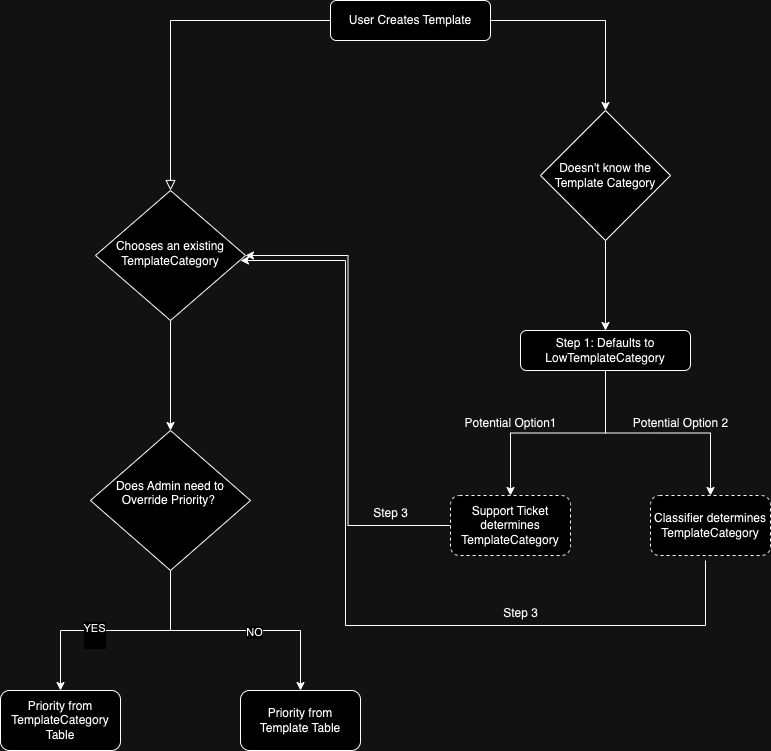
Above: records/diagrams/2024-05-23.scalability.short-code-implementation/flowchart.png in cds-snc/notification-adr (draw.io), before the change. Source tidied: cells renumbered, new cells last; positions are measured from the earlier drawing's top-left corner, leaving out a move shared by most shapes.
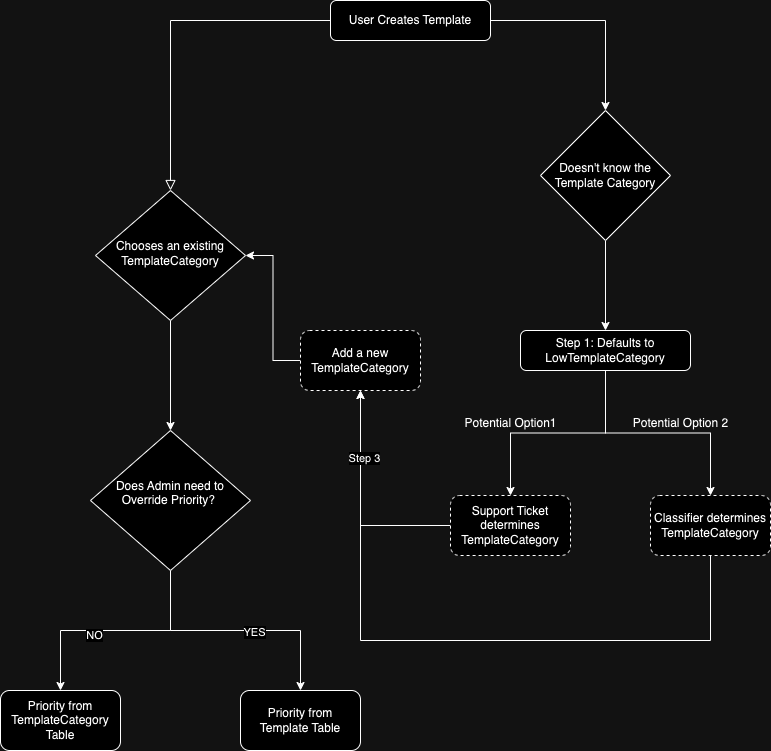
The same diagram one commit later.

The edit, as a diff of the source:
```diff
@@ -26,13 +26,13 @@
     <mxCell id="9" style="edgeStyle=orthogonalEdgeStyle;rounded=0;jettySize=auto;html=1;entryX=0.5;entryY=0;entryDx=0;entryDy=0;" parent="1" edge="1" source="13" target="14">
       <mxGeometry relative="1" as="geometry" />
     </mxCell>
-    <mxCell id="10" value="YES&lt;div&gt;&lt;br&gt;&lt;/div&gt;" style="edgeLabel;html=1;align=center;verticalAlign=middle;" parent="9" vertex="1">
+    <mxCell id="10" value="NO" style="edgeLabel;html=1;align=center;verticalAlign=middle;" parent="9" vertex="1">
       <mxGeometry x="0.19" y="4" relative="1" as="geometry" />
     </mxCell>
     <mxCell id="11" style="edgeStyle=orthogonalEdgeStyle;rounded=0;jettySize=auto;html=1;entryX=0.5;entryY=0;entryDx=0;entryDy=0;" parent="1" edge="1" source="13" target="15">
       <mxGeometry relative="1" as="geometry" />
     </mxCell>
-    <mxCell id="12" value="NO" style="edgeLabel;html=1;align=center;verticalAlign=middle;" parent="11" vertex="1">
+    <mxCell id="12" value="YES" style="edgeLabel;html=1;align=center;verticalAlign=middle;" parent="11" vertex="1">
       <mxGeometry x="0.14" relative="1" as="geometry">
         <mxPoint y="1" as="offset" />
       </mxGeometry>
@@ -46,9 +46,9 @@
     <mxCell id="15" value="Priority from &lt;br&gt;Template Table" style="rounded=1;whiteSpace=wrap;html=1;" parent="1" vertex="1">
       <mxGeometry x="240" y="690" width="120" height="60" as="geometry" />
     </mxCell>
-    <mxCell id="16" style="edgeStyle=orthogonalEdgeStyle;rounded=0;jettySize=auto;html=1;entryX=1;entryY=0.5;entryDx=0;entryDy=0;" parent="1" edge="1" source="17" target="6">
-      <mxGeometry relative="1" as="geometry" />
-    </mxCell>
+    <mxCell id="27" style="edgeStyle=orthogonalEdgeStyle;rounded=0;jettySize=auto;html=1;entryX=0.5;entryY=1;entryDx=0;entryDy=0;" parent="1" edge="1" source="17" target="31">
+      <mxGeometry relative="1" as="geometry" />
+    </mxCell>
     <mxCell id="17" value="Support Ticket determines TemplateCategory" style="rounded=1;whiteSpace=wrap;html=1;dashed=1;" parent="1" vertex="1">
       <mxGeometry x="450" y="495" width="120" height="60" as="geometry" />
     </mxCell>
@@ -61,17 +61,17 @@
     <mxCell id="20" value="Step 1: Defaults to LowTemplateCategory" style="rounded=1;whiteSpace=wrap;html=1;" parent="1" vertex="1">
       <mxGeometry x="520" y="330" width="170" height="40" as="geometry" />
     </mxCell>
-    <mxCell id="21" style="edgeStyle=orthogonalEdgeStyle;rounded=0;orthogonalLoop=1;jettySize=auto;html=1;" parent="1" edge="1">
-      <mxGeometry relative="1" as="geometry">
-        <mxPoint x="705" y="560" as="sourcePoint" />
-        <mxPoint x="240" y="260" as="targetPoint" />
-        <Array as="points">
-          <mxPoint x="705" y="625" />
-          <mxPoint x="345" y="625" />
-          <mxPoint x="345" y="260" />
-        </Array>
-      </mxGeometry>
-    </mxCell>
+    <mxCell id="28" style="edgeStyle=orthogonalEdgeStyle;rounded=0;jettySize=auto;html=1;entryX=0.5;entryY=1;entryDx=0;entryDy=0;" parent="1" edge="1" source="22" target="31">
+      <mxGeometry relative="1" as="geometry">
+        <Array as="points">
+          <mxPoint x="710" y="640" />
+          <mxPoint x="360" y="640" />
+        </Array>
+      </mxGeometry>
+    </mxCell>
+    <mxCell id="29" value="Step 3" style="edgeLabel;html=1;align=center;verticalAlign=middle;" parent="28" vertex="1">
+      <mxGeometry x="0.8" y="-3" relative="1" as="geometry" />
+    </mxCell>
     <mxCell id="22" value="Classifier determines TemplateCategory" style="rounded=1;whiteSpace=wrap;html=1;dashed=1;" parent="1" vertex="1">
       <mxGeometry x="650" y="495" width="120" height="60" as="geometry" />
     </mxCell>
@@ -81,11 +81,11 @@
     <mxCell id="24" value="Potential Option 2" style="text;html=1;align=center;verticalAlign=middle;strokeColor=none;fillColor=none;" parent="1" vertex="1">
       <mxGeometry x="620" y="408" width="120" height="30" as="geometry" />
     </mxCell>
-    <mxCell id="25" value="Step 3" style="text;html=1;align=center;verticalAlign=middle;strokeColor=none;fillColor=none;" parent="1" vertex="1">
-      <mxGeometry x="360" y="498" width="60" height="30" as="geometry" />
-    </mxCell>
-    <mxCell id="26" value="Step 3" style="text;html=1;align=center;verticalAlign=middle;strokeColor=none;fillColor=none;" parent="1" vertex="1">
-      <mxGeometry x="490" y="598" width="60" height="30" as="geometry" />
-    </mxCell>
+    <mxCell id="30" style="edgeStyle=orthogonalEdgeStyle;rounded=0;jettySize=auto;html=1;entryX=1;entryY=0.5;entryDx=0;entryDy=0;" parent="1" edge="1" source="31" target="6">
+      <mxGeometry relative="1" as="geometry" />
+    </mxCell>
+    <mxCell id="31" value="Add a new TemplateCategory" style="rounded=1;whiteSpace=wrap;html=1;dashed=1;" parent="1" vertex="1">
+      <mxGeometry x="300" y="330" width="120" height="60" as="geometry" />
+    </mxCell>
   </root>
 </mxGraphModel>
```
